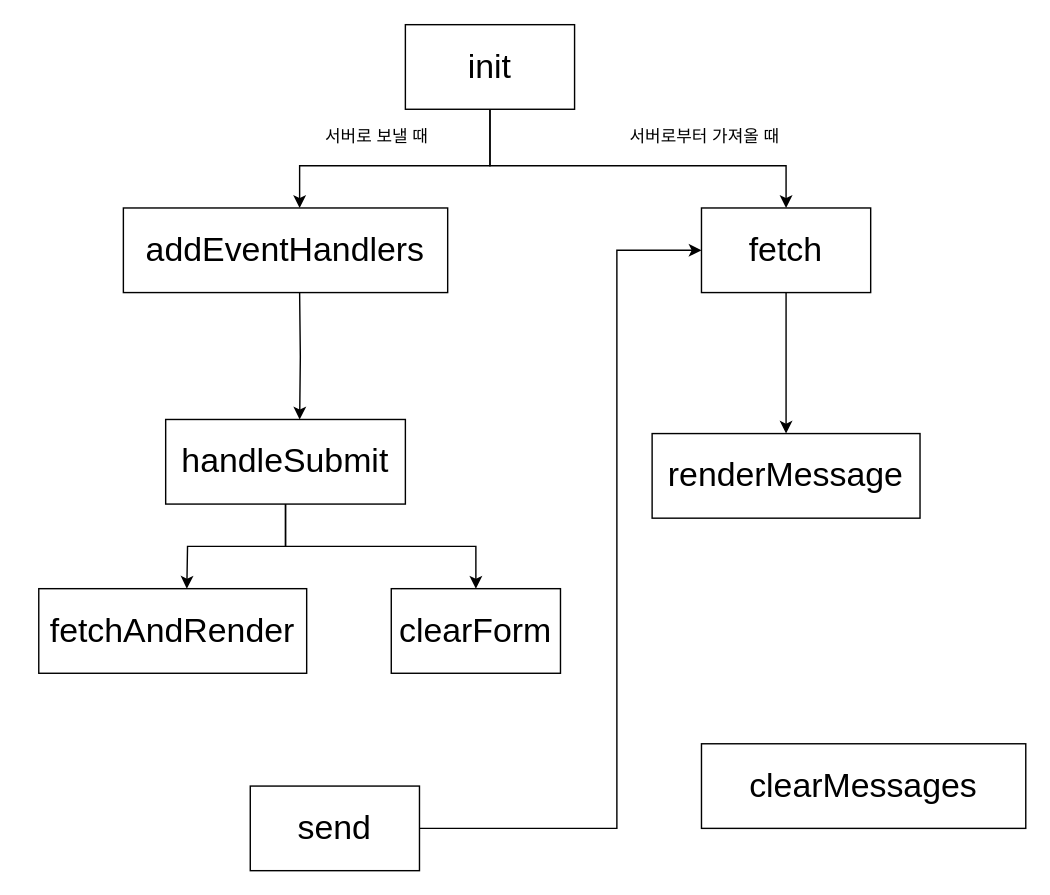
Before: Chatterbox - client.drawio in chachagogogo/What-I-learned, a draw.io diagram. Source tidied: cells renumbered, new cells numbered last; positions are measured from the earlier drawing's top-left corner, leaving out a move shared by most shapes. Both pictures are drawn from the tidied source at 141%, with x=0, y=0 at pixel (38, 24).
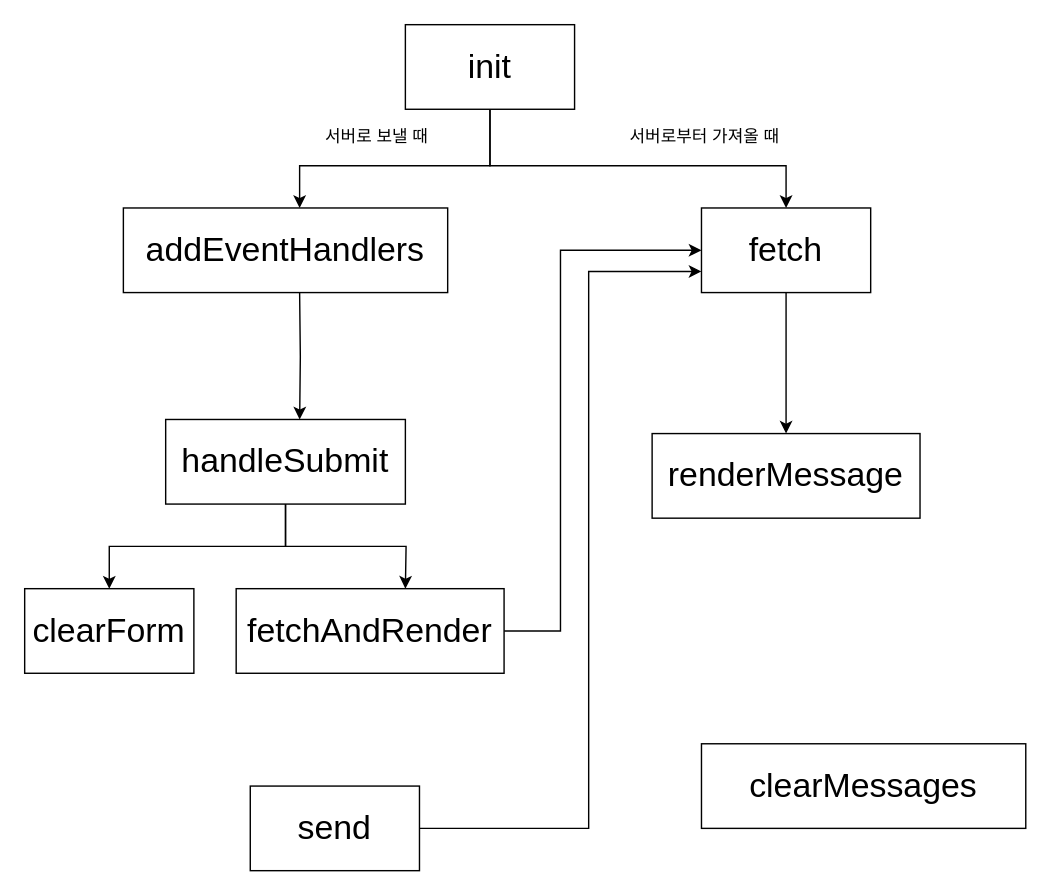
Above is the later version.

Unchanged cells that the change refers to:
```xml
<mxCell id="10" value="&lt;font style=&quot;font-size: 24px&quot;&gt;fetch&lt;/font&gt;" style="rounded=0;whiteSpace=wrap;html=1;" parent="1" vertex="1">
  <mxGeometry x="470" y="130" width="120" height="60" as="geometry" />
</mxCell>
<mxCell id="13" value="&lt;font style=&quot;font-size: 24px&quot;&gt;send&lt;/font&gt;" style="rounded=0;whiteSpace=wrap;html=1;" parent="1" vertex="1">
  <mxGeometry x="150" y="540" width="120" height="60" as="geometry" />
</mxCell>
<mxCell id="16" value="&lt;font style=&quot;font-size: 24px&quot;&gt;handleSubmit&lt;/font&gt;" style="rounded=0;whiteSpace=wrap;html=1;" parent="1" vertex="1">
  <mxGeometry x="90" y="280" width="170" height="60" as="geometry" />
</mxCell>
```

Change to the diagram source:
```diff
@@
     <mxCell id="6" value="&lt;font style=&quot;font-size: 24px&quot;&gt;clearForm&lt;/font&gt;" style="rounded=0;whiteSpace=wrap;html=1;" parent="1" vertex="1">
-      <mxGeometry x="250" y="400" width="120" height="60" as="geometry" />
+      <mxGeometry x="-10" y="400" width="120" height="60" as="geometry" />
     </mxCell>
@@
+    <mxCell id="20" style="edgeStyle=orthogonalEdgeStyle;rounded=0;jettySize=auto;html=1;" parent="1" edge="1" source="11">
+      <mxGeometry relative="1" as="geometry">
+        <mxPoint x="470" y="160" as="targetPoint" />
+        <Array as="points">
+          <mxPoint x="370" y="430" />
+          <mxPoint x="370" y="160" />
+          <mxPoint x="470" y="160" />
+        </Array>
+      </mxGeometry>
+    </mxCell>
     <mxCell id="11" value="&lt;font style=&quot;font-size: 24px&quot;&gt;fetchAndRender&lt;/font&gt;" style="rounded=0;whiteSpace=wrap;html=1;" parent="1" vertex="1">
-      <mxGeometry y="400" width="190" height="60" as="geometry" />
+      <mxGeometry x="140" y="400" width="190" height="60" as="geometry" />
     </mxCell>
-    <mxCell id="12" style="edgeStyle=orthogonalEdgeStyle;rounded=0;jettySize=auto;html=1;entryX=0;entryY=0.5;entryDx=0;entryDy=0;" parent="1" edge="1" source="13" target="10">
+    <mxCell id="12" style="edgeStyle=orthogonalEdgeStyle;rounded=0;jettySize=auto;html=1;entryX=0;entryY=0.75;entryDx=0;entryDy=0;" parent="1" edge="1" source="13" target="10">
       <mxGeometry relative="1" as="geometry">
         <Array as="points">
-          <mxPoint x="410" y="570" />
-          <mxPoint x="410" y="160" />
+          <mxPoint x="390" y="570" />
+          <mxPoint x="390" y="175" />
         </Array>
       </mxGeometry>
     </mxCell>
@@
-    <mxCell id="14" style="edgeStyle=orthogonalEdgeStyle;rounded=0;jettySize=auto;html=1;entryX=0.5;entryY=0;entryDx=0;entryDy=0;" parent="1" edge="1" source="16">
+    <mxCell id="14" style="edgeStyle=orthogonalEdgeStyle;rounded=0;jettySize=auto;html=1;" parent="1" edge="1" source="16">
       <mxGeometry relative="1" as="geometry">
-        <mxPoint x="105" y="400" as="targetPoint" />
+        <mxPoint x="260" y="400" as="targetPoint" />
       </mxGeometry>
     </mxCell>
```
